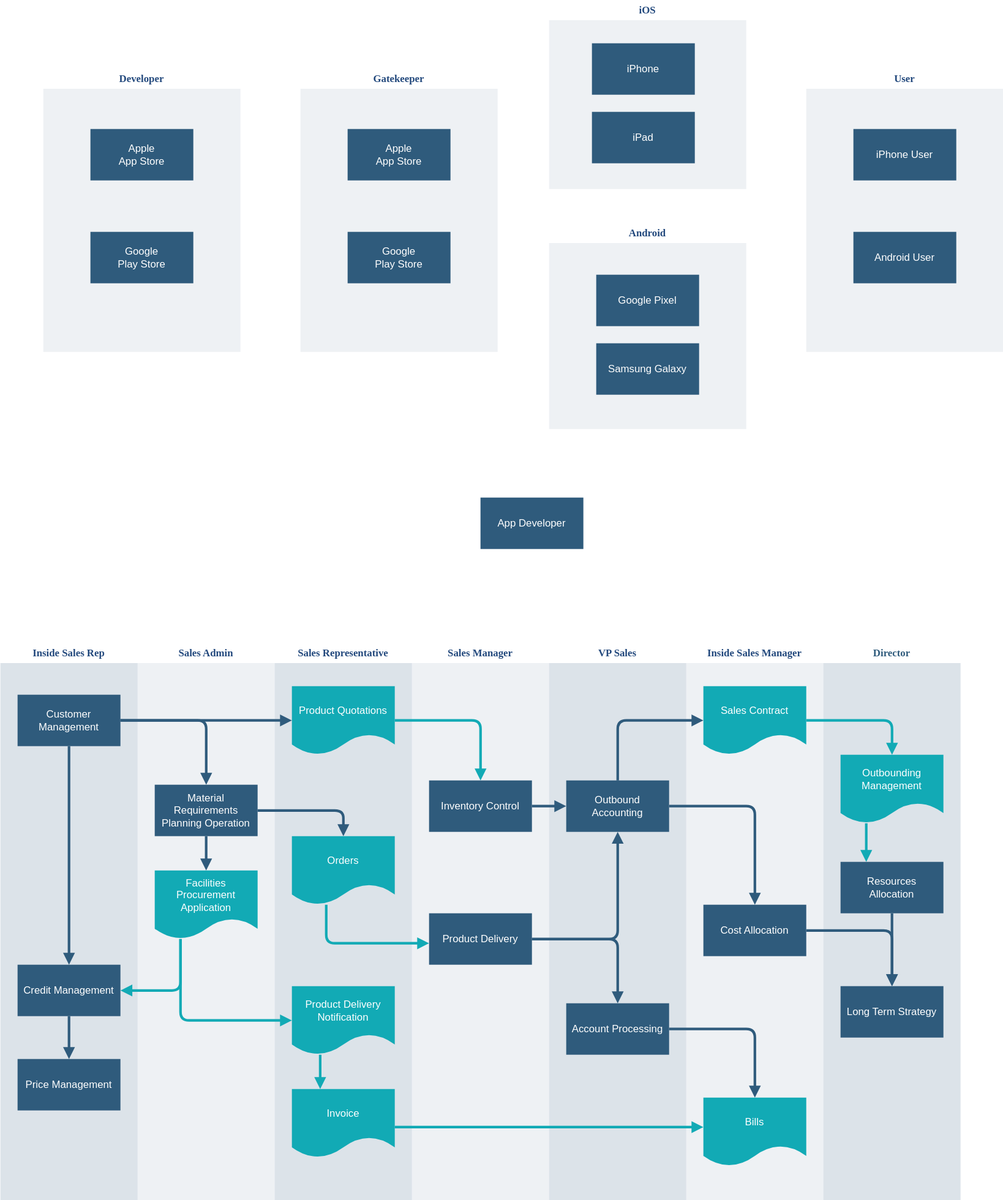
appfair/appstore-tilt keeps this draw.io diagram as app-dist.drawio.svg. Above is the earlier version. Source tidied: cells renumbered, new cells last; positions are measured from the earlier drawing's top-left corner, leaving out a move shared by most shapes.
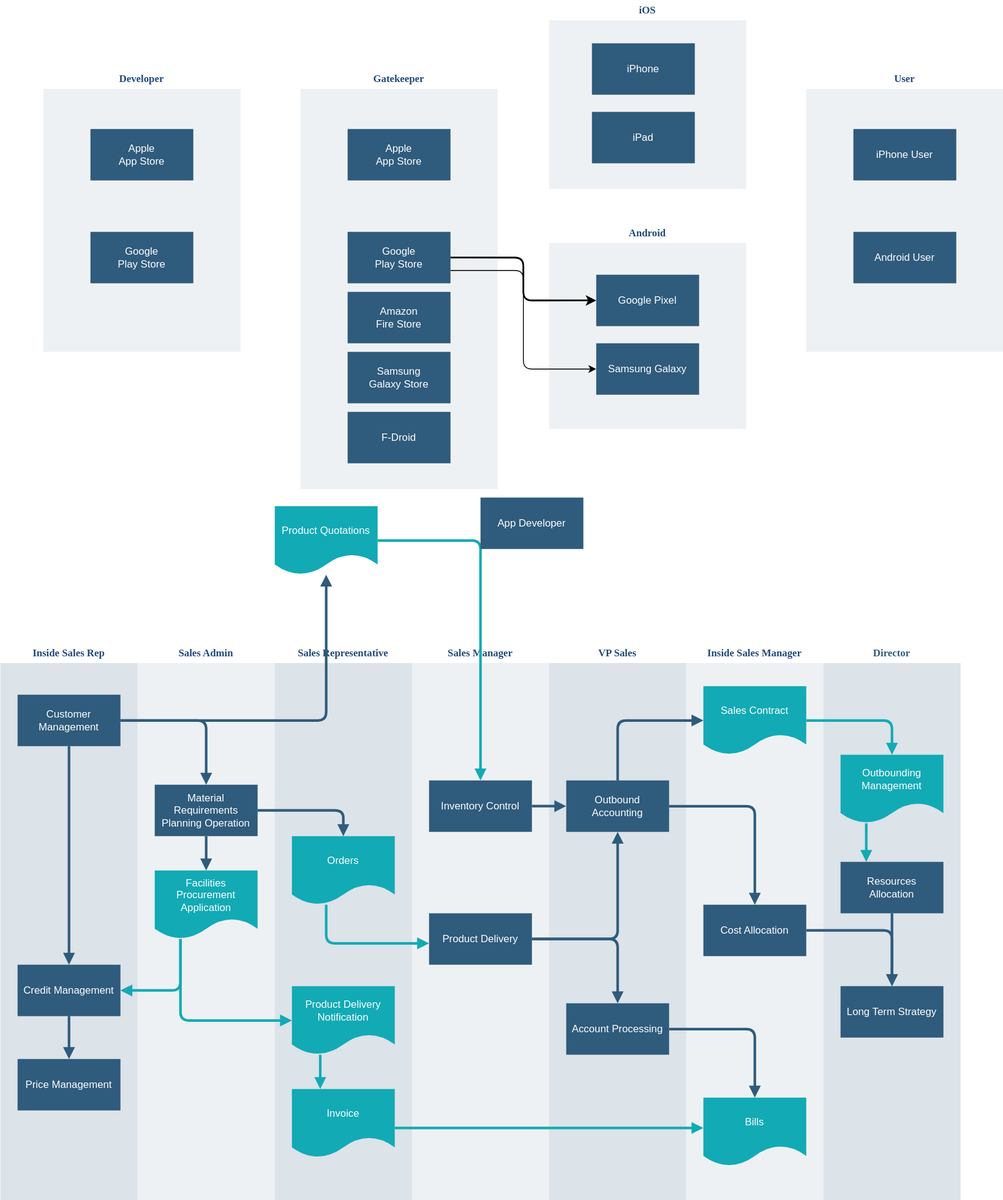
The same file after the commit.

What changed in the source:
```diff
@@ -56,9 +56,6 @@
     <mxCell id="19" value="&lt;font color=&quot;#23497d&quot;&gt;Sales Representative&lt;/font&gt;" style="swimlane;whiteSpace=wrap;fillColor=none;swimlaneFillColor=#BAC8D3;fontColor=#2F5B7C;fontFamily=Tahoma;html=1;strokeColor=none;opacity=50;" parent="1" vertex="1">
       <mxGeometry x="320" y="750" width="160" height="650" as="geometry" />
     </mxCell>
-    <mxCell id="20" value="Product Quotations" style="shape=document;whiteSpace=wrap;verticalAlign=middle;strokeColor=none;fillColor=#12aab5;shadow=0;fontColor=#FFFFFF;fontFamily=Helvetica;fontStyle=0;html=1;fontSize=12;spacing=6;spacingBottom=22;" parent="19" vertex="1">
-      <mxGeometry x="20" y="50" width="120" height="80" as="geometry" />
-    </mxCell>
     <mxCell id="21" value="Orders" style="shape=document;whiteSpace=wrap;verticalAlign=middle;strokeColor=none;fillColor=#12aab5;shadow=0;fontColor=#FFFFFF;fontFamily=Helvetica;fontStyle=0;html=1;fontSize=12;spacing=6;spacingBottom=22;" parent="19" vertex="1">
       <mxGeometry x="20" y="225" width="120" height="80" as="geometry" />
     </mxCell>
@@ -180,7 +177,7 @@
       <mxGeometry x="50" y="130" width="120" height="60" as="geometry" />
     </mxCell>
     <mxCell id="54" value="&lt;font color=&quot;#23497d&quot;&gt;Gatekeeper&lt;/font&gt;" style="swimlane;whiteSpace=wrap;fillColor=none;swimlaneFillColor=#BAC8D3;fontColor=#2F5B7C;fontFamily=Tahoma;html=1;strokeColor=none;opacity=25;startSize=23;" parent="1" vertex="1">
-      <mxGeometry x="350" y="80" width="230" height="330" as="geometry" />
+      <mxGeometry x="350" y="80" width="230" height="490" as="geometry" />
     </mxCell>
     <mxCell id="55" value="Apple&lt;br&gt;App Store" style="whiteSpace=wrap;shadow=0;fontColor=#FFFFFF;fontFamily=Helvetica;fontStyle=0;html=1;fontSize=12;plain-purple;strokeColor=none;fillColor=#2f5b7c;gradientColor=none;spacing=6;verticalAlign=middle;" parent="54" vertex="1">
       <mxGeometry x="55" y="70" width="120" height="60" as="geometry" />
@@ -188,6 +185,15 @@
     <mxCell id="56" value="Google&lt;br&gt;Play Store" style="whiteSpace=wrap;shadow=0;fontColor=#FFFFFF;fontFamily=Helvetica;fontStyle=0;html=1;fontSize=12;plain-purple;strokeColor=none;fillColor=#2f5b7c;gradientColor=none;spacing=6;verticalAlign=middle;" parent="54" vertex="1">
       <mxGeometry x="55" y="190" width="120" height="60" as="geometry" />
     </mxCell>
+    <mxCell id="66" value="Amazon&lt;br&gt;Fire Store" style="whiteSpace=wrap;shadow=0;fontColor=#FFFFFF;fontFamily=Helvetica;fontStyle=0;html=1;fontSize=12;plain-purple;strokeColor=none;fillColor=#2f5b7c;gradientColor=none;spacing=6;verticalAlign=middle;" parent="54" vertex="1">
+      <mxGeometry x="55" y="260" width="120" height="60" as="geometry" />
+    </mxCell>
+    <mxCell id="67" value="Samsung&lt;br&gt;Galaxy Store" style="whiteSpace=wrap;shadow=0;fontColor=#FFFFFF;fontFamily=Helvetica;fontStyle=0;html=1;fontSize=12;plain-purple;strokeColor=none;fillColor=#2f5b7c;gradientColor=none;spacing=6;verticalAlign=middle;" parent="54" vertex="1">
+      <mxGeometry x="55" y="330" width="120" height="60" as="geometry" />
+    </mxCell>
+    <mxCell id="68" value="F-Droid" style="whiteSpace=wrap;shadow=0;fontColor=#FFFFFF;fontFamily=Helvetica;fontStyle=0;html=1;fontSize=12;plain-purple;strokeColor=none;fillColor=#2f5b7c;gradientColor=none;spacing=6;verticalAlign=middle;" parent="54" vertex="1">
+      <mxGeometry x="55" y="400" width="120" height="60" as="geometry" />
+    </mxCell>
     <mxCell id="57" value="&lt;font color=&quot;#23497d&quot;&gt;Android&lt;/font&gt;" style="swimlane;whiteSpace=wrap;fillColor=none;swimlaneFillColor=#BAC8D3;fontColor=#2F5B7C;fontFamily=Tahoma;html=1;strokeColor=none;opacity=25;" parent="1" vertex="1">
       <mxGeometry x="640" y="260" width="230" height="240" as="geometry" />
     </mxCell>
@@ -215,5 +221,14 @@
     <mxCell id="65" value="Android User" style="whiteSpace=wrap;shadow=0;fontColor=#FFFFFF;fontFamily=Helvetica;fontStyle=0;html=1;fontSize=12;plain-purple;strokeColor=none;fillColor=#2f5b7c;gradientColor=none;spacing=6;verticalAlign=middle;" parent="63" vertex="1">
       <mxGeometry x="55" y="190" width="120" height="60" as="geometry" />
     </mxCell>
+    <mxCell id="20" value="Product Quotations" style="shape=document;whiteSpace=wrap;verticalAlign=middle;strokeColor=none;fillColor=#12aab5;shadow=0;fontColor=#FFFFFF;fontFamily=Helvetica;fontStyle=0;html=1;fontSize=12;spacing=6;spacingBottom=22;" parent="1" vertex="1">
+      <mxGeometry x="320" y="590" width="120" height="80" as="geometry" />
+    </mxCell>
+    <mxCell id="69" style="edgeStyle=orthogonalEdgeStyle;rounded=1;jettySize=auto;html=1;exitX=1;exitY=0.5;exitDx=0;exitDy=0;entryX=0;entryY=0.5;entryDx=0;entryDy=0;curved=0;strokeWidth=2;" parent="1" edge="1" source="56" target="58">
+      <mxGeometry relative="1" as="geometry" />
+    </mxCell>
+    <mxCell id="70" style="edgeStyle=orthogonalEdgeStyle;rounded=1;jettySize=auto;html=1;exitX=1;exitY=0.75;exitDx=0;exitDy=0;entryX=0;entryY=0.5;entryDx=0;entryDy=0;curved=0;" parent="1" edge="1" source="56" target="59">
+      <mxGeometry relative="1" as="geometry" />
+    </mxCell>
   </root>
 </mxGraphModel>
```
